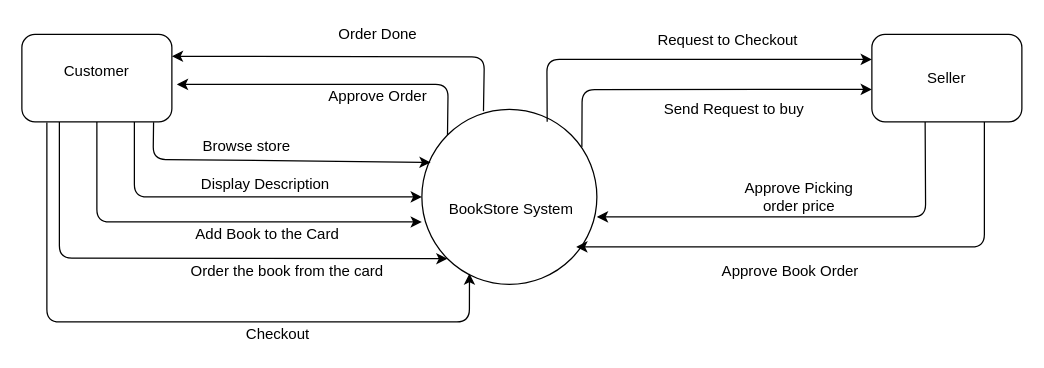
Above: Context Data flow2.drawio in hadeelsala7/Sequence-Diagram (draw.io), before the change. Source tidied: cells renumbered, new cells numbered last; positions are measured from the earlier drawing's top-left corner, leaving out a move shared by most shapes. Both pictures are drawn from the tidied source at 125%, with x=0, y=0 at pixel (21, 21).
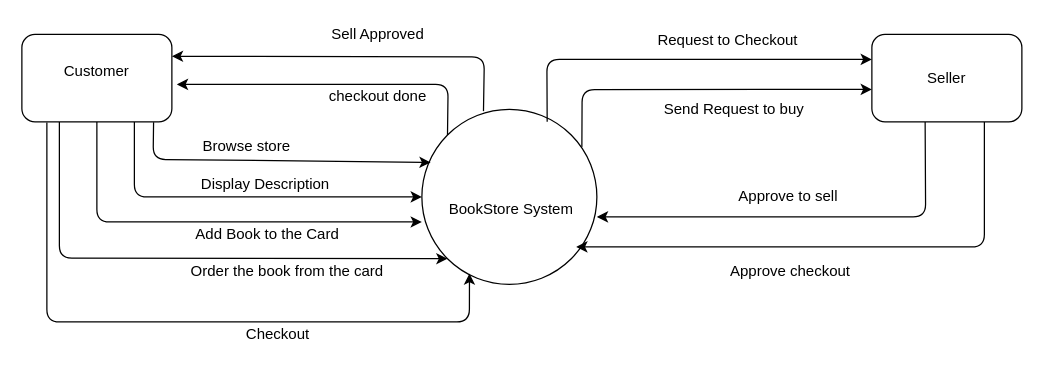
After the change.

The edit, as a diff of the source:
```diff
@@
-    <mxCell id="15" value="Approve Book Order" style="text;html=1;strokeColor=none;fillColor=none;align=center;verticalAlign=middle;whiteSpace=wrap;rounded=0;" parent="1" vertex="1">
-      <mxGeometry x="550" y="190" width="130" height="20" as="geometry" />
+    <mxCell id="15" value="Approve to sell&amp;nbsp;" style="text;html=1;strokeColor=none;fillColor=none;align=center;verticalAlign=middle;whiteSpace=wrap;rounded=0;" parent="1" vertex="1">
+      <mxGeometry x="550" y="130" width="130" height="20" as="geometry" />
     </mxCell>
-    <mxCell id="16" value="Approve Picking order price" style="text;html=1;strokeColor=none;fillColor=none;align=center;verticalAlign=middle;whiteSpace=wrap;rounded=0;" parent="1" vertex="1">
-      <mxGeometry x="567" y="130" width="110" height="20" as="geometry" />
+    <mxCell id="16" value="Approve checkout" style="text;html=1;strokeColor=none;fillColor=none;align=center;verticalAlign=middle;whiteSpace=wrap;rounded=0;" parent="1" vertex="1">
+      <mxGeometry x="560" y="190" width="110" height="20" as="geometry" />
     </mxCell>
@@
-    <mxCell id="18" value="Order Done" style="text;html=1;strokeColor=none;fillColor=none;align=center;verticalAlign=middle;whiteSpace=wrap;rounded=0;" parent="1" vertex="1">
+    <mxCell id="18" value="Sell Approved" style="text;html=1;strokeColor=none;fillColor=none;align=center;verticalAlign=middle;whiteSpace=wrap;rounded=0;" parent="1" vertex="1">
       <mxGeometry x="230" width="110" height="20" as="geometry" />
     </mxCell>
-    <mxCell id="19" value="Approve Order" style="text;html=1;strokeColor=none;fillColor=none;align=center;verticalAlign=middle;whiteSpace=wrap;rounded=0;" parent="1" vertex="1">
+    <mxCell id="19" value="checkout done" style="text;html=1;strokeColor=none;fillColor=none;align=center;verticalAlign=middle;whiteSpace=wrap;rounded=0;" parent="1" vertex="1">
       <mxGeometry x="230" y="50" width="110" height="20" as="geometry" />
     </mxCell>
```
